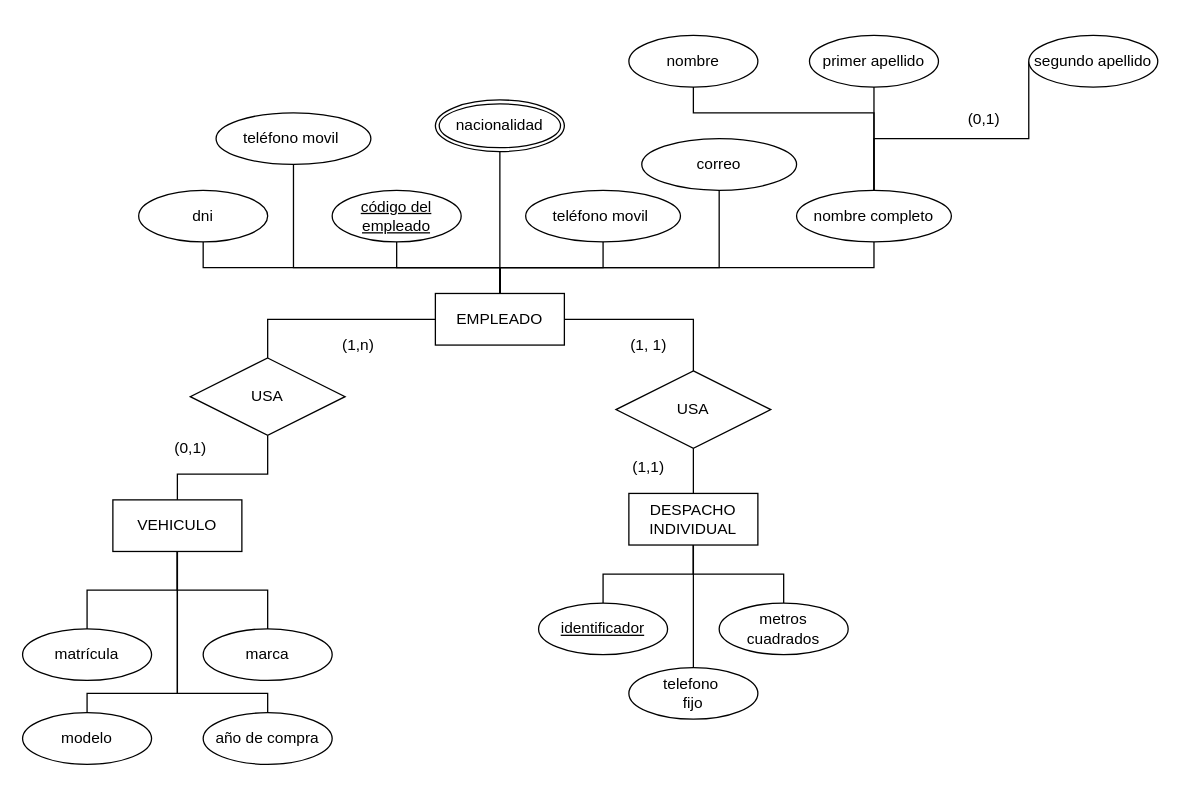
Earlier version of the draw.io diagram Practica P0 - ejer1.drawio (Badi21/Diagramas-Base-Datos). Source tidied: cells renumbered, new cells numbered last; positions are measured from the earlier drawing's top-left corner, leaving out a move shared by most shapes. Both pictures are drawn from the tidied source at 129%, with x=0, y=0 at pixel (22, 35).
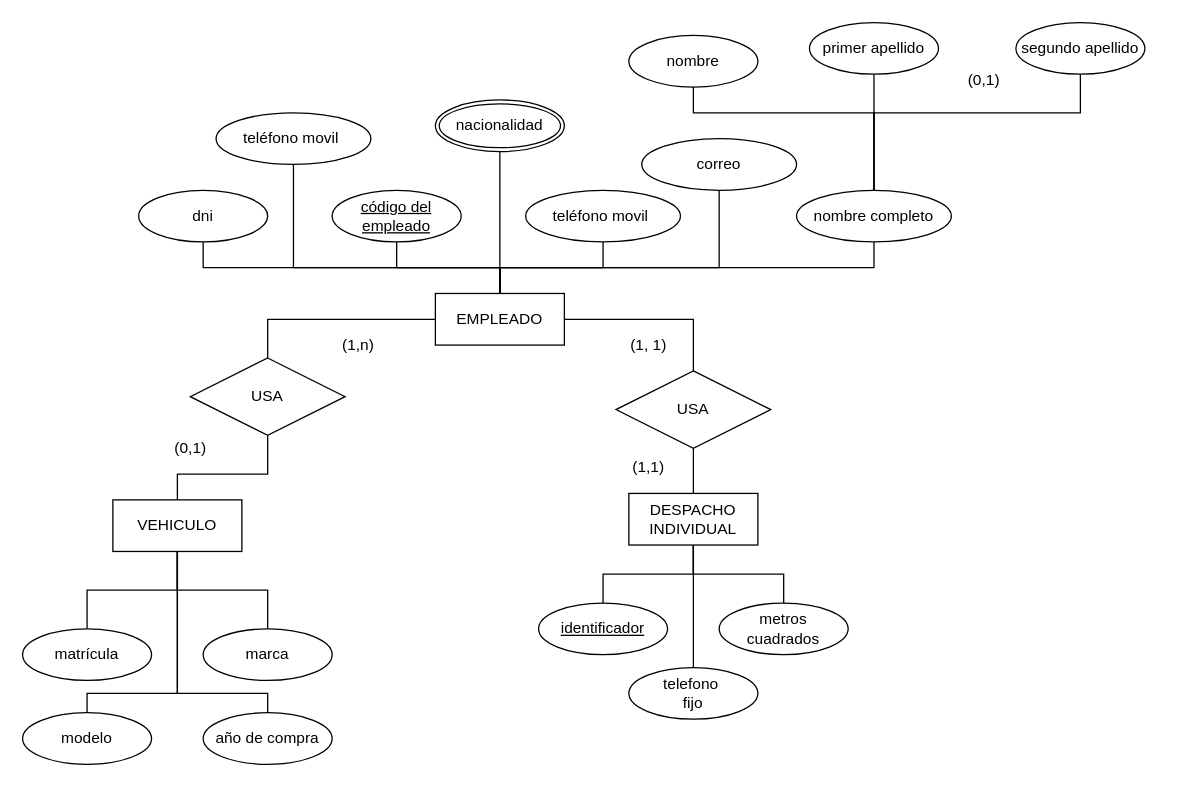
The same page after the edit.

Commit message:
Actualizar Practica P0 - actualizado

The change refers to these unchanged cells:
```xml
<mxCell id="27" value="nombre completo" style="ellipse;whiteSpace=wrap;html=1;align=center;strokeColor=default;" parent="1" vertex="1">
  <mxGeometry x="600" y="120" width="120" height="40" as="geometry" />
</mxCell>
```

What changed in the source:
```diff
@@
-    <mxCell id="26" style="edgeStyle=orthogonalEdgeStyle;rounded=0;jettySize=auto;html=1;exitX=0.5;exitY=0;exitDx=0;exitDy=0;entryX=0;entryY=0.5;entryDx=0;entryDy=0;endArrow=none;endFill=0;" parent="1" edge="1" source="27" target="48">
+    <mxCell id="26" style="edgeStyle=orthogonalEdgeStyle;rounded=0;jettySize=auto;html=1;exitX=0.5;exitY=0;exitDx=0;exitDy=0;entryX=0.5;entryY=1;entryDx=0;entryDy=0;endArrow=none;endFill=0;" parent="1" edge="1" source="27" target="48">
       <mxGeometry relative="1" as="geometry">
         <Array as="points">
-          <mxPoint x="660" y="80" />
-          <mxPoint x="780" y="80" />
+          <mxPoint x="660" y="60" />
+          <mxPoint x="820" y="60" />
         </Array>
       </mxGeometry>
     </mxCell>
@@
     <mxCell id="47" value="primer apellido" style="ellipse;whiteSpace=wrap;html=1;align=center;shadow=0;sketch=0;strokeColor=default;" parent="1" vertex="1">
-      <mxGeometry x="610" width="100" height="40" as="geometry" />
+      <mxGeometry x="610" y="-10" width="100" height="40" as="geometry" />
     </mxCell>
     <mxCell id="48" value="segundo apellido" style="ellipse;whiteSpace=wrap;html=1;align=center;shadow=0;sketch=0;strokeColor=default;" parent="1" vertex="1">
-      <mxGeometry x="780" width="100" height="40" as="geometry" />
+      <mxGeometry x="770" y="-10" width="100" height="40" as="geometry" />
     </mxCell>
     <mxCell id="49" value="(0,1)" style="text;html=1;align=center;verticalAlign=middle;strokeColor=none;fillColor=none;" parent="1" vertex="1">
-      <mxGeometry x="720" y="50" width="50" height="30" as="geometry" />
+      <mxGeometry x="720" y="20" width="50" height="30" as="geometry" />
     </mxCell>
```
